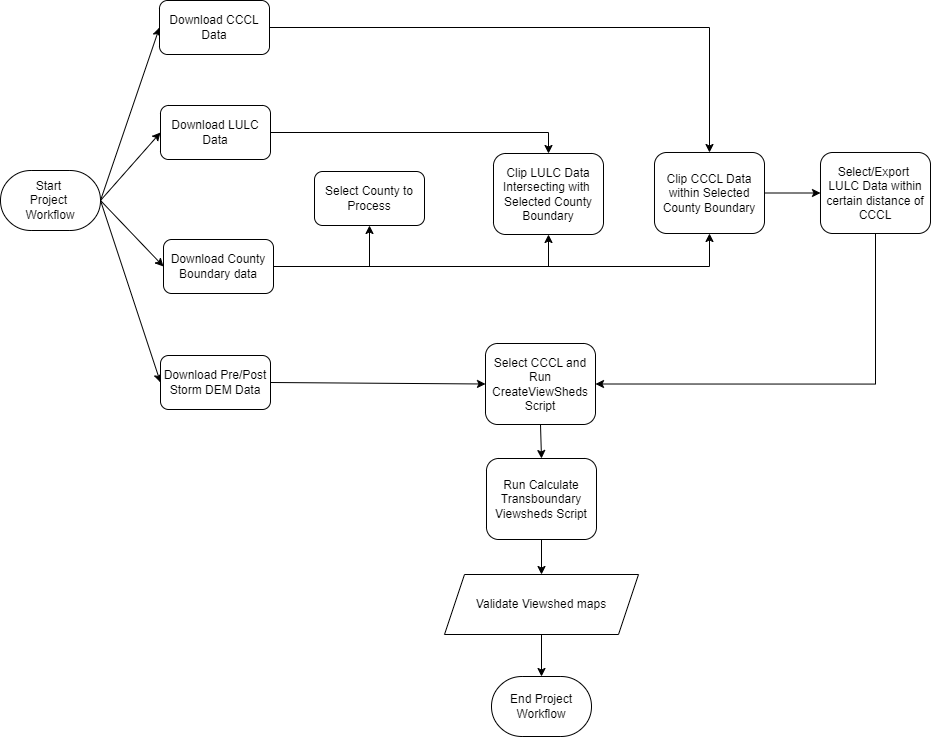
Before: ProjectWorkflow.drawio.png, a diagram exported from draw.io (RAIN-LX/ViewshedCalculator). Source tidied: cells renumbered, new cells last; positions are measured from the earlier drawing's top-left corner, leaving out a move shared by most shapes.
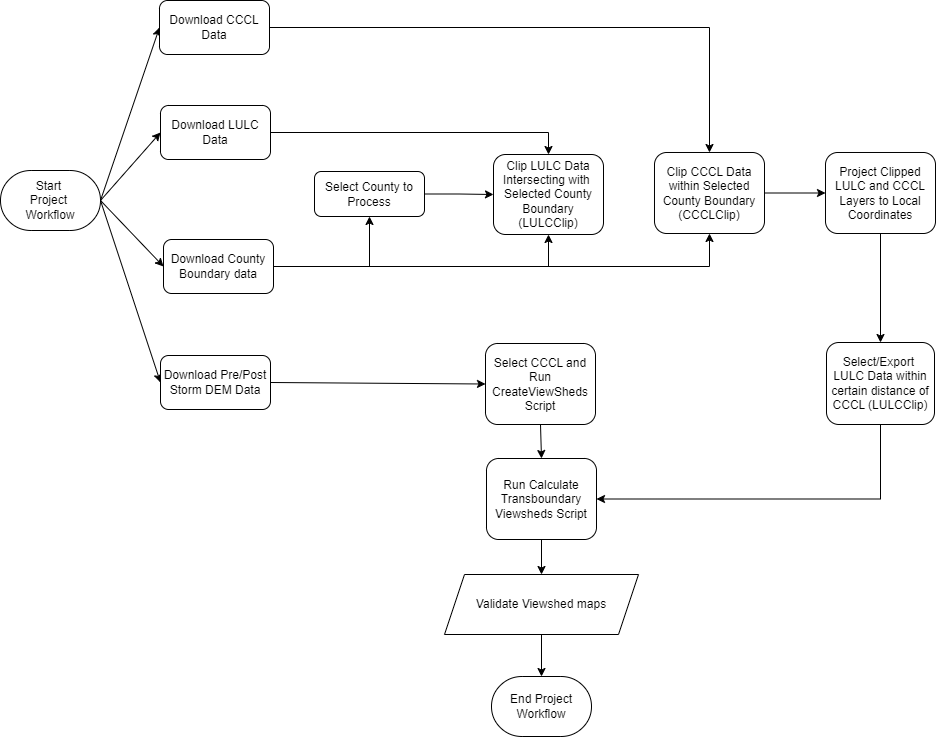
Above is the later version.

The edit, as a diff of the source:
```diff
@@ -47,23 +47,26 @@
     <mxCell id="16" value="&lt;div&gt;Download County Boundary data&lt;/div&gt;" style="rounded=1;whiteSpace=wrap;html=1;" parent="1" vertex="1">
       <mxGeometry x="163" y="239" width="110" height="54" as="geometry" />
     </mxCell>
-    <mxCell id="17" value="&lt;div&gt;Clip LULC Data Intersecting with&amp;nbsp; Selected County Boundary&lt;/div&gt;" style="rounded=1;whiteSpace=wrap;html=1;" parent="1" vertex="1">
-      <mxGeometry x="493" y="153" width="110" height="81" as="geometry" />
+    <mxCell id="17" value="&lt;div&gt;Clip LULC Data Intersecting with&amp;nbsp; Selected County Boundary (LULCClip)&lt;/div&gt;" style="rounded=1;whiteSpace=wrap;html=1;" parent="1" vertex="1">
+      <mxGeometry x="493" y="154" width="110" height="80" as="geometry" />
     </mxCell>
-    <mxCell id="18" style="edgeStyle=orthogonalEdgeStyle;rounded=0;jettySize=auto;html=1;exitX=0.5;exitY=1;exitDx=0;exitDy=0;entryX=1;entryY=0.5;entryDx=0;entryDy=0;" parent="1" edge="1" source="19" target="24">
-      <mxGeometry relative="1" as="geometry" />
-    </mxCell>
+    <mxCell id="30" style="edgeStyle=orthogonalEdgeStyle;rounded=0;jettySize=auto;html=1;exitX=0.5;exitY=1;exitDx=0;exitDy=0;entryX=1;entryY=0.5;entryDx=0;entryDy=0;" parent="1" edge="1" source="19" target="27">
+      <mxGeometry relative="1" as="geometry" />
+    </mxCell>
-    <mxCell id="19" value="&lt;div&gt;Select/Export&amp;nbsp; LULC Data within certain distance of CCCL&lt;/div&gt;" style="rounded=1;whiteSpace=wrap;html=1;" parent="1" vertex="1">
-      <mxGeometry x="820" y="152" width="110" height="81" as="geometry" />
+    <mxCell id="19" value="&lt;div&gt;Select/Export&amp;nbsp; LULC Data within certain distance of CCCL (LULCClip)&lt;/div&gt;" style="rounded=1;whiteSpace=wrap;html=1;" parent="1" vertex="1">
+      <mxGeometry x="826" y="342" width="108" height="82" as="geometry" />
     </mxCell>
-    <mxCell id="20" style="edgeStyle=none;rounded=0;jettySize=auto;html=1;exitX=1;exitY=0.5;exitDx=0;exitDy=0;entryX=0;entryY=0.5;entryDx=0;entryDy=0;" parent="1" edge="1" source="21" target="19">
-      <mxGeometry relative="1" as="geometry" />
-    </mxCell>
+    <mxCell id="31" style="edgeStyle=orthogonalEdgeStyle;rounded=0;jettySize=auto;html=1;exitX=1;exitY=0.5;exitDx=0;exitDy=0;entryX=0;entryY=0.5;entryDx=0;entryDy=0;" parent="1" edge="1" source="21" target="34">
+      <mxGeometry relative="1" as="geometry" />
+    </mxCell>
-    <mxCell id="21" value="&lt;div&gt;Clip CCCL Data within Selected County Boundary&lt;/div&gt;" style="rounded=1;whiteSpace=wrap;html=1;" parent="1" vertex="1">
+    <mxCell id="21" value="&lt;div&gt;Clip CCCL Data within Selected County Boundary (CCCLClip)&lt;/div&gt;" style="rounded=1;whiteSpace=wrap;html=1;" parent="1" vertex="1">
       <mxGeometry x="654" y="152" width="110" height="81" as="geometry" />
     </mxCell>
+    <mxCell id="32" style="edgeStyle=orthogonalEdgeStyle;rounded=0;jettySize=auto;html=1;exitX=1;exitY=0.5;exitDx=0;exitDy=0;entryX=0;entryY=0.5;entryDx=0;entryDy=0;" parent="1" edge="1" source="22" target="17">
+      <mxGeometry relative="1" as="geometry" />
+    </mxCell>
     <mxCell id="22" value="&lt;div&gt;Select County to Process&lt;/div&gt;" style="rounded=1;whiteSpace=wrap;html=1;" parent="1" vertex="1">
-      <mxGeometry x="314" y="171" width="110" height="54" as="geometry" />
+      <mxGeometry x="314" y="171" width="110" height="45" as="geometry" />
     </mxCell>
     <mxCell id="23" style="edgeStyle=none;rounded=0;jettySize=auto;html=1;exitX=0.5;exitY=1;exitDx=0;exitDy=0;entryX=0.5;entryY=0;entryDx=0;entryDy=0;" parent="1" edge="1" source="24" target="27">
       <mxGeometry relative="1" as="geometry" />
@@ -86,5 +89,11 @@
     <mxCell id="29" style="edgeStyle=none;rounded=0;jettySize=auto;html=1;exitX=0.5;exitY=1;exitDx=0;exitDy=0;entryX=0.5;entryY=0;entryDx=0;entryDy=0;entryPerimeter=0;" parent="1" edge="1" source="25" target="28">
       <mxGeometry relative="1" as="geometry" />
     </mxCell>
+    <mxCell id="33" style="edgeStyle=orthogonalEdgeStyle;rounded=0;jettySize=auto;html=1;exitX=0.5;exitY=1;exitDx=0;exitDy=0;entryX=0.5;entryY=0;entryDx=0;entryDy=0;" parent="1" edge="1" source="34" target="19">
+      <mxGeometry relative="1" as="geometry" />
+    </mxCell>
+    <mxCell id="34" value="&lt;div&gt;Project Clipped LULC and CCCL Layers to Local Coordinates&lt;/div&gt;" style="rounded=1;whiteSpace=wrap;html=1;" parent="1" vertex="1">
+      <mxGeometry x="825" y="152" width="110" height="81" as="geometry" />
+    </mxCell>
   </root>
 </mxGraphModel>
```
